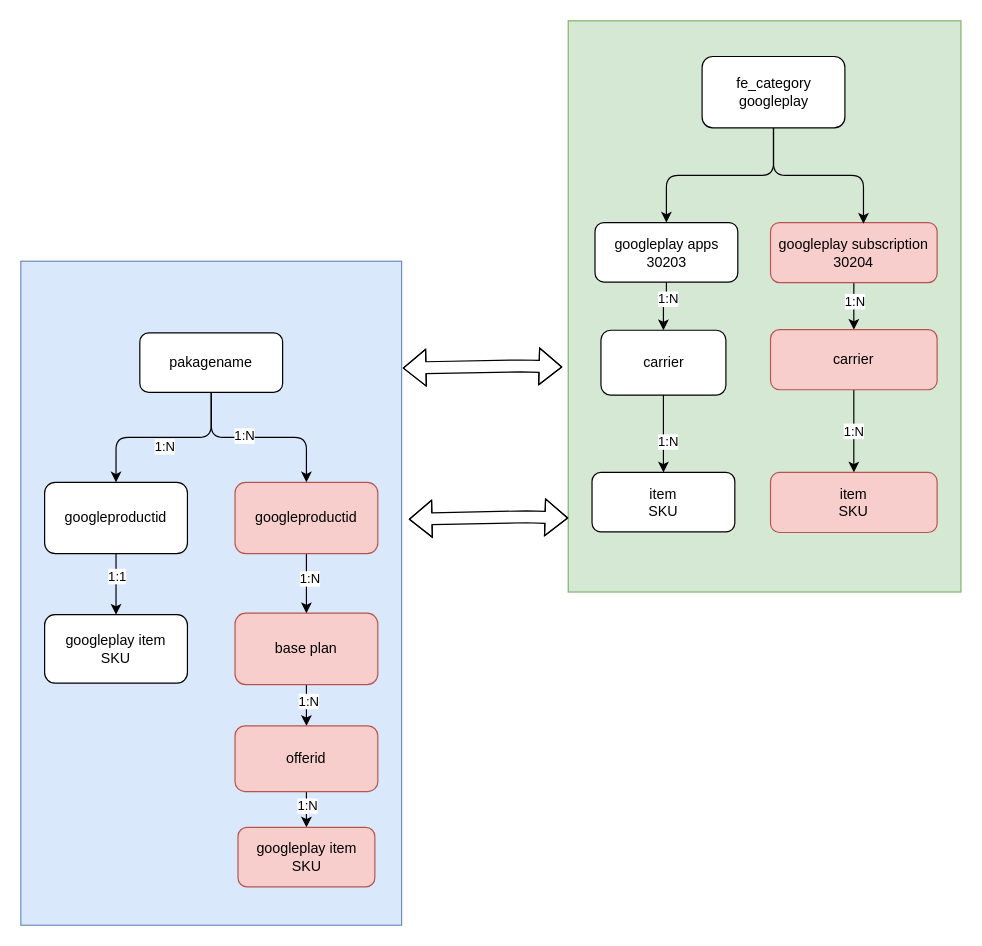
Before: page "google_play_subscription_item_model" (11 of 11) of source/diagrams/hotel.drawio in wxquare/wxquare.github.io, a draw.io diagram. Source tidied: cells renumbered, new cells numbered last; positions are measured from the earlier drawing's top-left corner, leaving out a move shared by most shapes. Both pictures are drawn from the tidied source at 119%, with x=0, y=0 at pixel (20, 20).
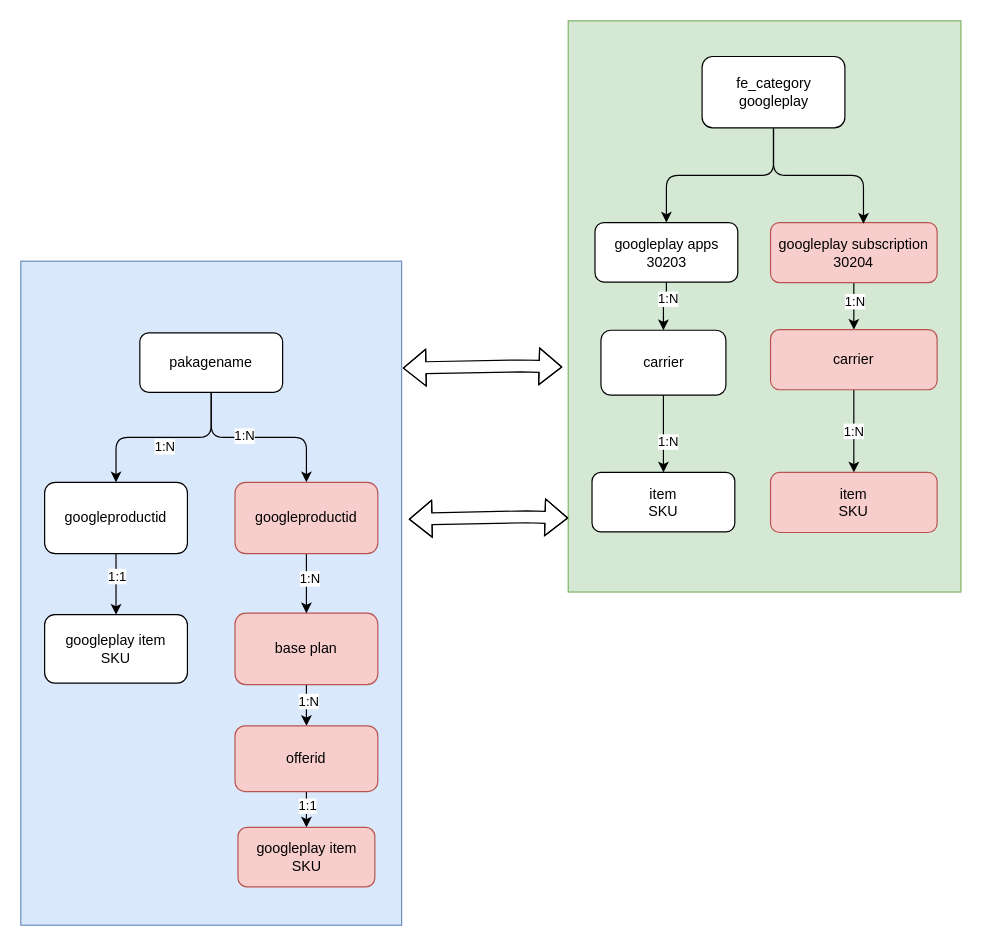
Above is the later version.

The change refers to these unchanged cells:
```xml
<mxCell id="25" style="edgeStyle=orthogonalEdgeStyle;rounded=0;jettySize=auto;html=1;exitX=0.5;exitY=1;exitDx=0;exitDy=0;entryX=0.5;entryY=0;entryDx=0;entryDy=0;" parent="1" edge="1" source="27" target="35">
  <mxGeometry relative="1" as="geometry" />
</mxCell>
```

What changed in the source:
```diff
@@
-    <mxCell id="26" value="1:N" style="edgeLabel;html=1;align=center;verticalAlign=middle;" parent="25" vertex="1">
+    <mxCell id="26" value="1:1" style="edgeLabel;html=1;align=center;verticalAlign=middle;" parent="25" vertex="1">
       <mxGeometry x="-0.18" relative="1" as="geometry" />
     </mxCell>
```
